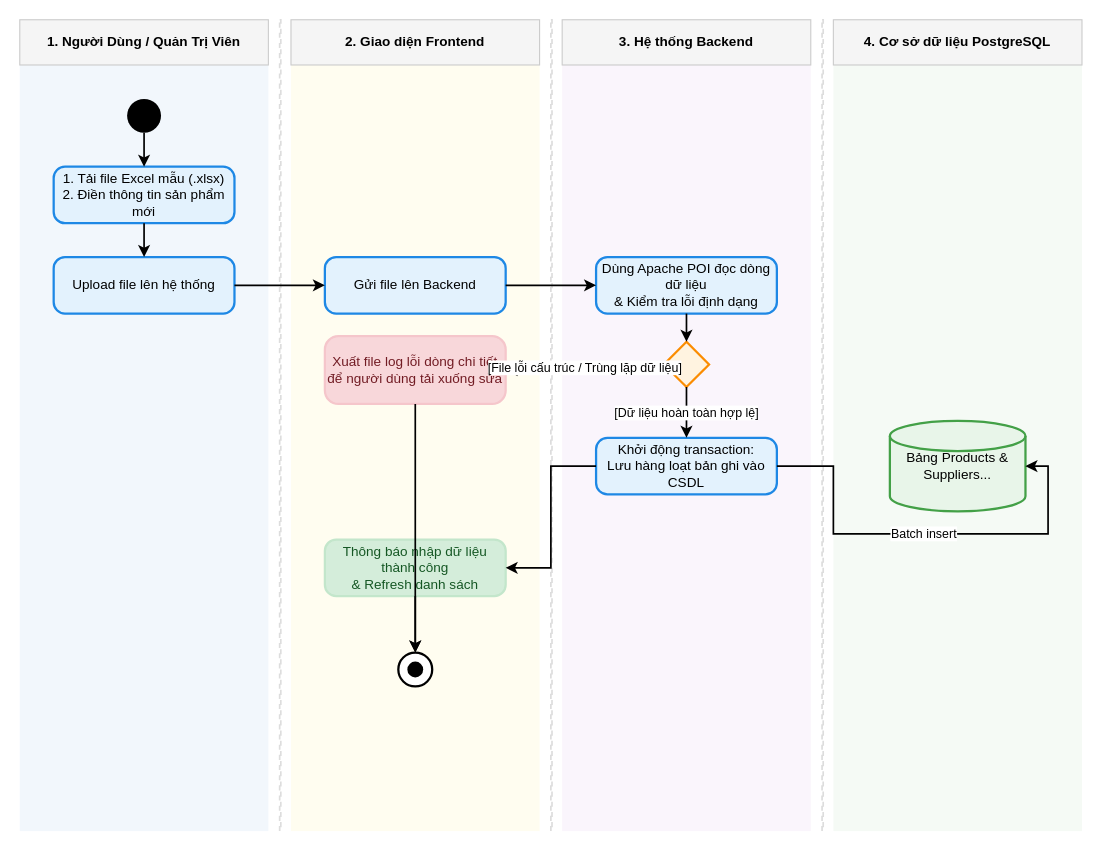
Nghiatv2006/KhoHang keeps this draw.io diagram as diagrams/chuc_nang_nhap_excel_hang_loat.drawio. Above is the earlier version. Source tidied: cells renumbered, new cells numbered last; positions are measured from the earlier drawing's top-left corner, leaving out a move shared by most shapes. Both pictures are drawn from the tidied source at 113%, with x=0, y=0 at pixel (19, 19).
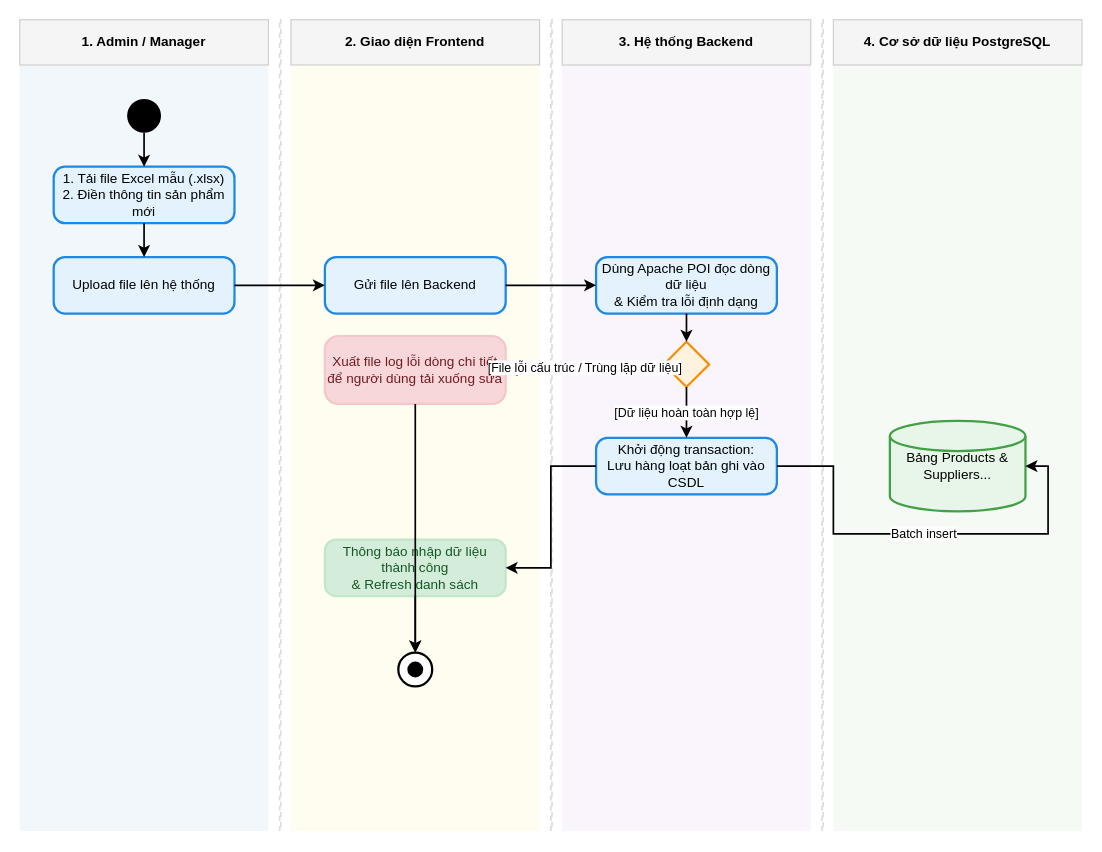
After the change.

Diff of the diagram source:
```diff
@@
-    <mxCell id="6" value="1. Người Dùng / Quản Trị Viên" style="fillColor=#f5f5f5;strokeColor=#cccccc;fontStyle=1;align=center;whiteSpace=wrap;html=1;" parent="1" vertex="1">
+    <mxCell id="6" value="1. Admin / Manager" style="fillColor=#f5f5f5;strokeColor=#cccccc;fontStyle=1;align=center;whiteSpace=wrap;html=1;" parent="1" vertex="1">
       <mxGeometry width="220" height="40" as="geometry" />
     </mxCell>
```
